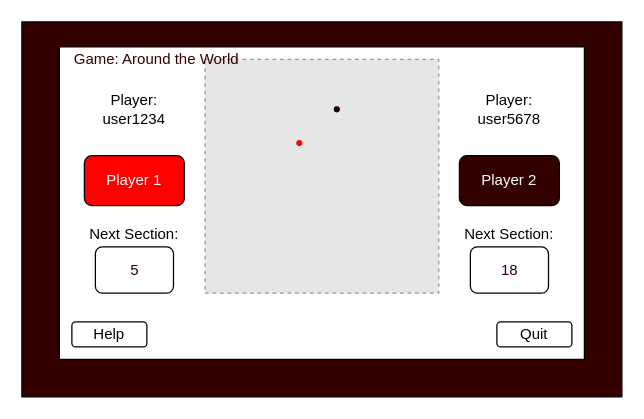
kparlak/dart-scoring-system keeps this draw.io diagram as page "'Around the World' Scoreboard" (9 of 9) of documentation/scoring-system/User_Interface_Schematics.drawio. Above is the earlier version. Source tidied: cells renumbered, new cells numbered last; positions are measured from the earlier drawing's top-left corner, leaving out a move shared by most shapes. Both pictures are drawn from the tidied source at 125%, with x=0, y=0 at pixel (21, 21). Pictures stored in the file or linked from it are replaced by grey dashed boxes.
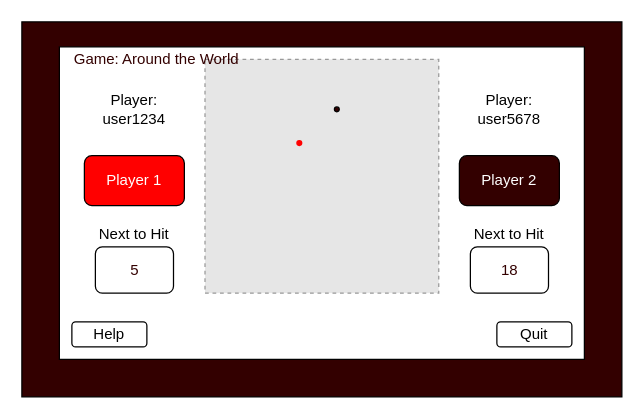
Above is the later version.

The edit, as a diff of the source:
```diff
@@
 <mxGraphModel>
   <root>
     <mxCell id="0" />
     <mxCell id="1" parent="0" />
     <mxCell id="2" style="rounded=0;whiteSpace=wrap;html=1;fillColor=#330000;" parent="1" vertex="1">
       <mxGeometry width="480" height="300" as="geometry" />
     </mxCell>
     <mxCell id="3" style="rounded=0;whiteSpace=wrap;html=1;" parent="1" vertex="1">
       <mxGeometry x="30" y="20" width="420" height="250" as="geometry" />
     </mxCell>
     <mxCell id="4" value="Quit" style="rounded=1;whiteSpace=wrap;html=1;" parent="1" vertex="1">
       <mxGeometry x="380" y="240" width="60" height="20" as="geometry" />
     </mxCell>
     <mxCell id="5" value="&lt;font color=&quot;#ffffff&quot;&gt;Player 1&lt;/font&gt;" style="rounded=1;whiteSpace=wrap;html=1;fillColor=#FF0000;" parent="1" vertex="1">
       <mxGeometry x="50" y="107" width="80" height="40" as="geometry" />
     </mxCell>
     <mxCell id="6" value="&lt;font color=&quot;#ffffff&quot;&gt;Player 2&lt;/font&gt;" style="rounded=1;whiteSpace=wrap;html=1;fillColor=#330000;" parent="1" vertex="1">
       <mxGeometry x="350" y="107" width="80" height="40" as="geometry" />
     </mxCell>
     <mxCell id="7" value="Player:&lt;br&gt;user1234" style="text;html=1;strokeColor=none;fillColor=none;align=center;verticalAlign=middle;whiteSpace=wrap;rounded=0;" parent="1" vertex="1">
       <mxGeometry x="55" y="50" width="70" height="40" as="geometry" />
     </mxCell>
     <mxCell id="8" value="Player:&lt;br&gt;user5678" style="text;html=1;strokeColor=none;fillColor=none;align=center;verticalAlign=middle;whiteSpace=wrap;rounded=0;" parent="1" vertex="1">
       <mxGeometry x="355" y="50" width="70" height="40" as="geometry" />
     </mxCell>
     <mxCell id="9" style="fillColor=#E6E6E6;strokeColor=#999999;dashed=1;verticalLabelPosition=bottom;labelBackgroundColor=#ffffff;verticalAlign=top;" parent="1" vertex="1">
       <mxGeometry x="146.5" y="30" width="187" height="187" as="geometry" />
     </mxCell>
     <mxCell id="10" style="ellipse;whiteSpace=wrap;html=1;fillColor=#FF0000;strokeColor=#FF0000;" parent="1" vertex="1">
       <mxGeometry x="220" y="95" width="3.9" height="3.9" as="geometry" />
     </mxCell>
     <mxCell id="11" style="ellipse;whiteSpace=wrap;html=1;fillColor=#330000;" parent="1" vertex="1">
       <mxGeometry x="250" y="68" width="3.9" height="3.9" as="geometry" />
     </mxCell>
     <mxCell id="12" value="&lt;font color=&quot;#330000&quot;&gt;5&lt;/font&gt;" style="rounded=1;whiteSpace=wrap;html=1;" parent="1" vertex="1">
       <mxGeometry x="58.8" y="180" width="62.5" height="37" as="geometry" />
     </mxCell>
     <mxCell id="13" value="&lt;font color=&quot;#330000&quot;&gt;18&lt;/font&gt;" style="rounded=1;whiteSpace=wrap;html=1;fontColor=#FFCCCC;fillColor=#FFFFFF;" parent="1" vertex="1">
       <mxGeometry x="358.8" y="180" width="62.5" height="37" as="geometry" />
     </mxCell>
     <mxCell id="14" value="&lt;font color=&quot;#330000&quot;&gt;Game: Around the World&lt;/font&gt;" style="text;html=1;strokeColor=none;fillColor=none;align=left;verticalAlign=middle;whiteSpace=wrap;rounded=0;fontColor=#FFCCCC;" parent="1" vertex="1">
       <mxGeometry x="40" y="20" width="150" height="20" as="geometry" />
     </mxCell>
     <mxCell id="15" value="Help" style="rounded=1;whiteSpace=wrap;html=1;" parent="1" vertex="1">
       <mxGeometry x="40" y="240" width="60" height="20" as="geometry" />
     </mxCell>
-    <mxCell id="16" value="Next Section:" style="text;html=1;strokeColor=none;fillColor=none;align=center;verticalAlign=middle;whiteSpace=wrap;rounded=0;" parent="1" vertex="1">
+    <mxCell id="16" value="Next to Hit" style="text;html=1;strokeColor=none;fillColor=none;align=center;verticalAlign=middle;whiteSpace=wrap;rounded=0;" parent="1" vertex="1">
       <mxGeometry x="50" y="160" width="80" height="20" as="geometry" />
     </mxCell>
-    <mxCell id="17" value="Next Section:" style="text;html=1;strokeColor=none;fillColor=none;align=center;verticalAlign=middle;whiteSpace=wrap;rounded=0;" parent="1" vertex="1">
+    <mxCell id="17" value="Next to Hit" style="text;html=1;strokeColor=none;fillColor=none;align=center;verticalAlign=middle;whiteSpace=wrap;rounded=0;" parent="1" vertex="1">
       <mxGeometry x="350" y="160" width="80" height="20" as="geometry" />
     </mxCell>
   </root>
 </mxGraphModel>
```
